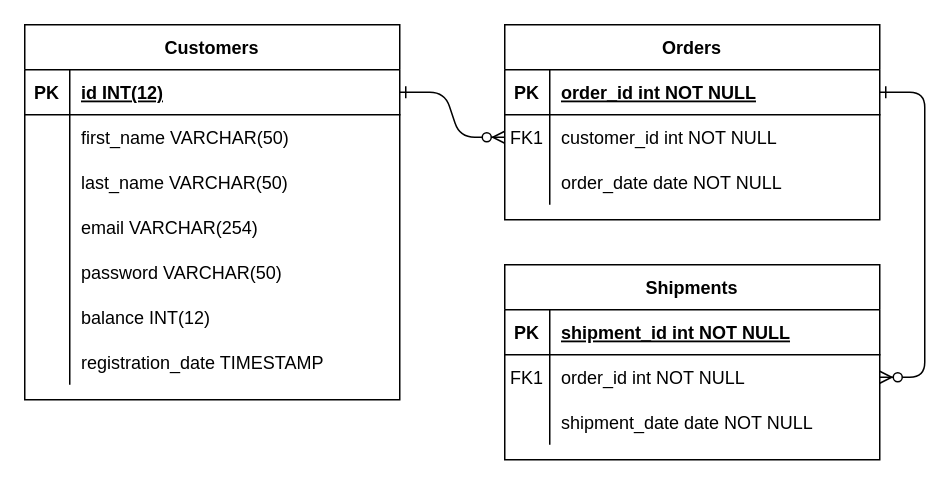
This is documentation/diagrams.drawio from StefanoIncardone/expense_tracker, a draw.io file, before an edit. Source tidied: cells renumbered, new cells numbered last; positions are measured from the earlier drawing's top-left corner, leaving out a move shared by most shapes. Both pictures are drawn from the tidied source at 150%, with x=0, y=0 at pixel (24, 24).
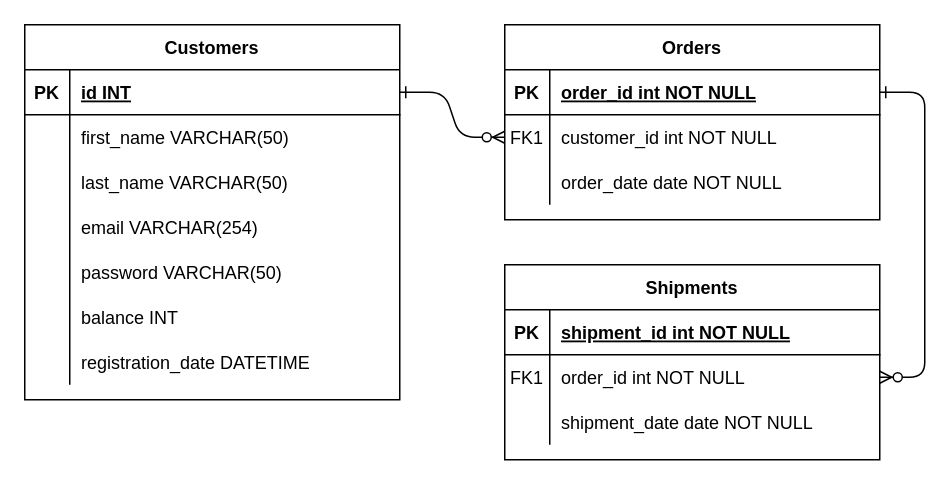
Above is the later version.

Unchanged cells that the change refers to:
```xml
<mxCell id="25" style="shape=partialRectangle;fillColor=none;points=[[0,0.5],[1,0.5]];portConstraint=eastwest;top=0;left=0;right=0;bottom=1;" parent="24" vertex="1">
  <mxGeometry y="30" width="250" height="30" as="geometry" />
</mxCell>
<mxCell id="40" style="shape=tableRow;horizontal=0;startSize=0;swimlaneHead=0;swimlaneBody=0;fillColor=none;top=0;left=0;right=0;bottom=0;" parent="24" vertex="1">
  <mxGeometry y="180" width="250" height="30" as="geometry" />
</mxCell>
<mxCell id="43" style="shape=tableRow;horizontal=0;startSize=0;swimlaneHead=0;swimlaneBody=0;fillColor=none;top=0;left=0;right=0;bottom=0;" parent="24" vertex="1">
  <mxGeometry y="210" width="250" height="30" as="geometry" />
</mxCell>
```

The edit, as a diff of the source:
```diff
@@
-    <mxCell id="27" value="id INT(12)" style="shape=partialRectangle;overflow=hidden;fillColor=none;top=0;left=0;bottom=0;right=0;align=left;spacingLeft=6;fontStyle=5;" parent="25" vertex="1">
+    <mxCell id="27" value="id INT" style="shape=partialRectangle;overflow=hidden;fillColor=none;top=0;left=0;bottom=0;right=0;align=left;spacingLeft=6;fontStyle=5;" parent="25" vertex="1">
       <mxGeometry x="30" width="220" height="30" as="geometry" />
     </mxCell>
@@
-    <mxCell id="42" value="balance INT(12)" style="shape=partialRectangle;fillColor=none;top=0;left=0;bottom=0;right=0;align=left;spacingLeft=6;overflow=hidden;" parent="40" vertex="1">
+    <mxCell id="42" value="balance INT" style="shape=partialRectangle;fillColor=none;top=0;left=0;bottom=0;right=0;align=left;spacingLeft=6;overflow=hidden;" parent="40" vertex="1">
       <mxGeometry x="30" width="220" height="30" as="geometry" />
     </mxCell>
@@
-    <mxCell id="45" value="registration_date TIMESTAMP" style="shape=partialRectangle;fillColor=none;top=0;left=0;bottom=0;right=0;align=left;spacingLeft=6;overflow=hidden;" parent="43" vertex="1">
+    <mxCell id="45" value="registration_date DATETIME" style="shape=partialRectangle;fillColor=none;top=0;left=0;bottom=0;right=0;align=left;spacingLeft=6;overflow=hidden;" parent="43" vertex="1">
       <mxGeometry x="30" width="220" height="30" as="geometry" />
     </mxCell>
```
